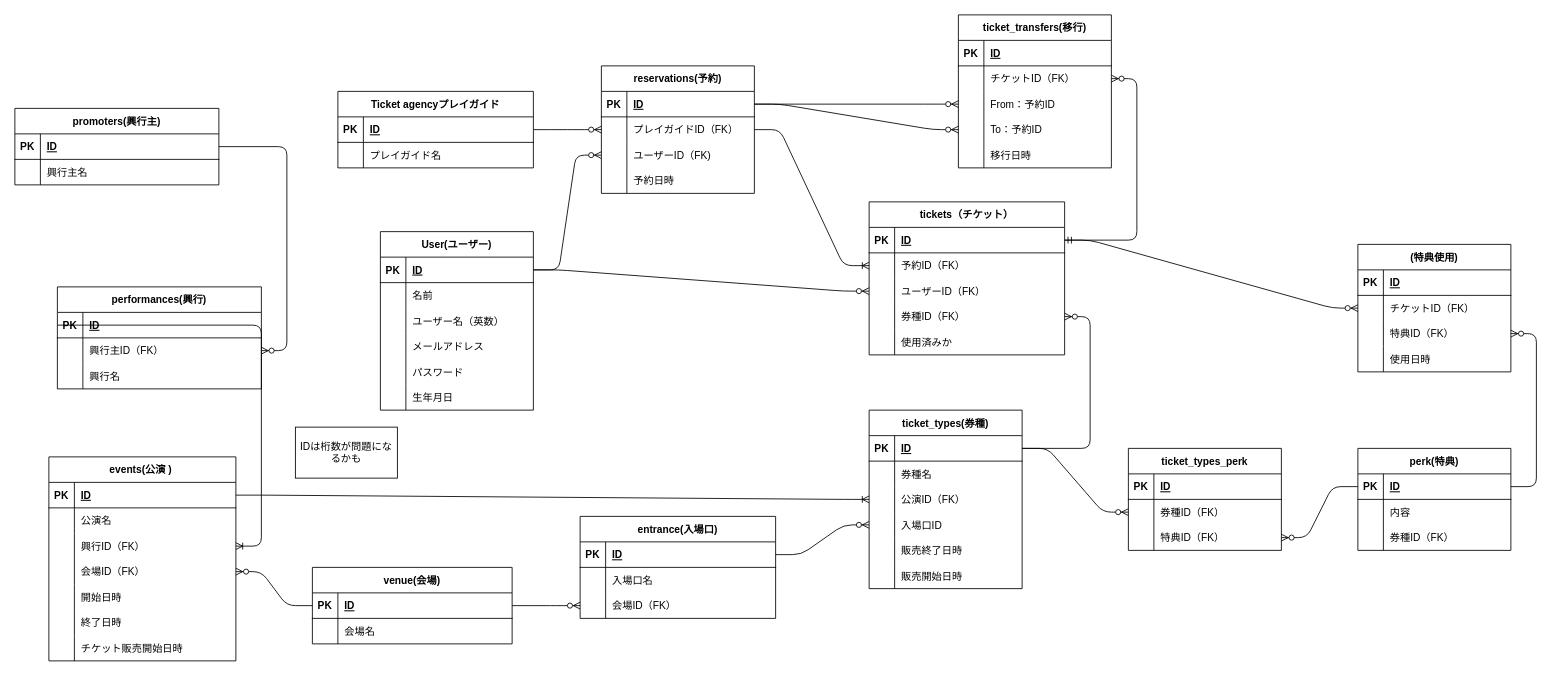
This is ticket-system/ticket-er-diagram.drawio from YassunEngineerUniversity/training-takeshita, a draw.io file, before an edit. Source tidied: cells renumbered, new cells numbered last; positions are measured from the earlier drawing's top-left corner, leaving out a move shared by most shapes. Both pictures are drawn from the tidied source at 85%, with x=0, y=0 at pixel (14, 14).
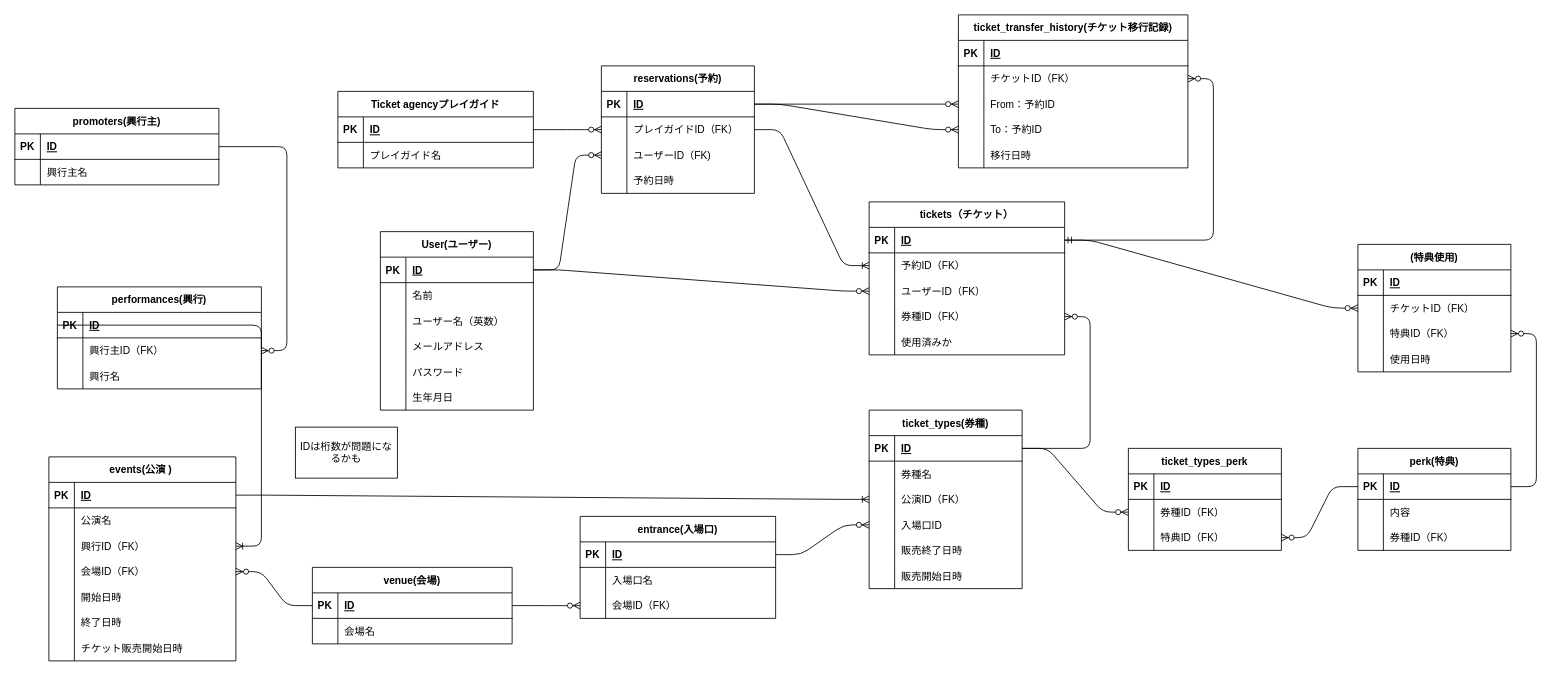
The same page after the edit.

Commit message (it also covers changes not shown here):
Create an API to transfer ticket

Change to the diagram source:
```diff
@@
-    <mxCell id="105" value="ticket_transfers(移行)" style="shape=table;startSize=30;childLayout=tableLayout;rowLines=0;fontStyle=1;align=center;" parent="1" vertex="1">
-      <mxGeometry x="1110" width="180" height="180" as="geometry" />
+    <mxCell id="105" value="ticket_transfer_history(チケット移行記録)" style="shape=table;startSize=30;childLayout=tableLayout;rowLines=0;fontStyle=1;align=center;" parent="1" vertex="1">
+      <mxGeometry x="1110" width="270" height="180" as="geometry" />
     </mxCell>
     <mxCell id="106" style="shape=tableRow;horizontal=0;startSize=0;swimlaneHead=0;swimlaneBody=0;fillColor=none;top=0;left=0;right=0;bottom=1;" parent="105" vertex="1">
-      <mxGeometry y="30" width="180" height="30" as="geometry" />
+      <mxGeometry y="30" width="270" height="30" as="geometry" />
     </mxCell>
@@
     <mxCell id="108" value="ID" style="shape=partialRectangle;fillColor=none;top=0;left=0;bottom=0;right=0;align=left;spacingLeft=6;fontStyle=5;overflow=hidden;" parent="106" vertex="1">
-      <mxGeometry x="30" width="150" height="30" as="geometry" />
+      <mxGeometry x="30" width="240" height="30" as="geometry" />
     </mxCell>
     <mxCell id="109" style="shape=tableRow;horizontal=0;startSize=0;swimlaneHead=0;swimlaneBody=0;fillColor=none;points=[[0,0.5],[1,0.5]];portConstraint=eastwest;top=0;left=0;right=0;bottom=0;" parent="105" vertex="1">
-      <mxGeometry y="60" width="180" height="30" as="geometry" />
+      <mxGeometry y="60" width="270" height="30" as="geometry" />
     </mxCell>
@@
     <mxCell id="111" value="チケットID（FK）" style="shape=partialRectangle;fillColor=none;top=0;left=0;bottom=0;right=0;align=left;spacingLeft=6;overflow=hidden;" parent="109" vertex="1">
-      <mxGeometry x="30" width="150" height="30" as="geometry" />
+      <mxGeometry x="30" width="240" height="30" as="geometry" />
     </mxCell>
     <mxCell id="112" style="shape=tableRow;horizontal=0;startSize=0;swimlaneHead=0;swimlaneBody=0;fillColor=none;points=[[0,0.5],[1,0.5]];portConstraint=eastwest;top=0;left=0;right=0;bottom=0;" parent="105" vertex="1">
-      <mxGeometry y="90" width="180" height="30" as="geometry" />
+      <mxGeometry y="90" width="270" height="30" as="geometry" />
     </mxCell>
@@
     <mxCell id="114" value="From：予約ID" style="shape=partialRectangle;fillColor=none;top=0;left=0;bottom=0;right=0;align=left;spacingLeft=6;overflow=hidden;" parent="112" vertex="1">
-      <mxGeometry x="30" width="150" height="30" as="geometry" />
+      <mxGeometry x="30" width="240" height="30" as="geometry" />
     </mxCell>
     <mxCell id="115" style="shape=tableRow;horizontal=0;startSize=0;swimlaneHead=0;swimlaneBody=0;fillColor=none;points=[[0,0.5],[1,0.5]];portConstraint=eastwest;top=0;left=0;right=0;bottom=0;" parent="105" vertex="1">
-      <mxGeometry y="120" width="180" height="30" as="geometry" />
+      <mxGeometry y="120" width="270" height="30" as="geometry" />
     </mxCell>
@@
     <mxCell id="117" value="To：予約ID" style="shape=partialRectangle;fillColor=none;top=0;left=0;bottom=0;right=0;align=left;spacingLeft=6;overflow=hidden;" parent="115" vertex="1">
-      <mxGeometry x="30" width="150" height="30" as="geometry" />
+      <mxGeometry x="30" width="240" height="30" as="geometry" />
     </mxCell>
     <mxCell id="118" style="shape=tableRow;horizontal=0;startSize=0;swimlaneHead=0;swimlaneBody=0;fillColor=none;top=0;left=0;right=0;bottom=0;" parent="105" vertex="1">
-      <mxGeometry y="150" width="180" height="30" as="geometry" />
+      <mxGeometry y="150" width="270" height="30" as="geometry" />
     </mxCell>
@@
     <mxCell id="120" value="移行日時" style="shape=partialRectangle;fillColor=none;top=0;left=0;bottom=0;right=0;align=left;spacingLeft=6;overflow=hidden;" parent="118" vertex="1">
-      <mxGeometry x="30" width="150" height="30" as="geometry" />
+      <mxGeometry x="30" width="240" height="30" as="geometry" />
     </mxCell>
```
